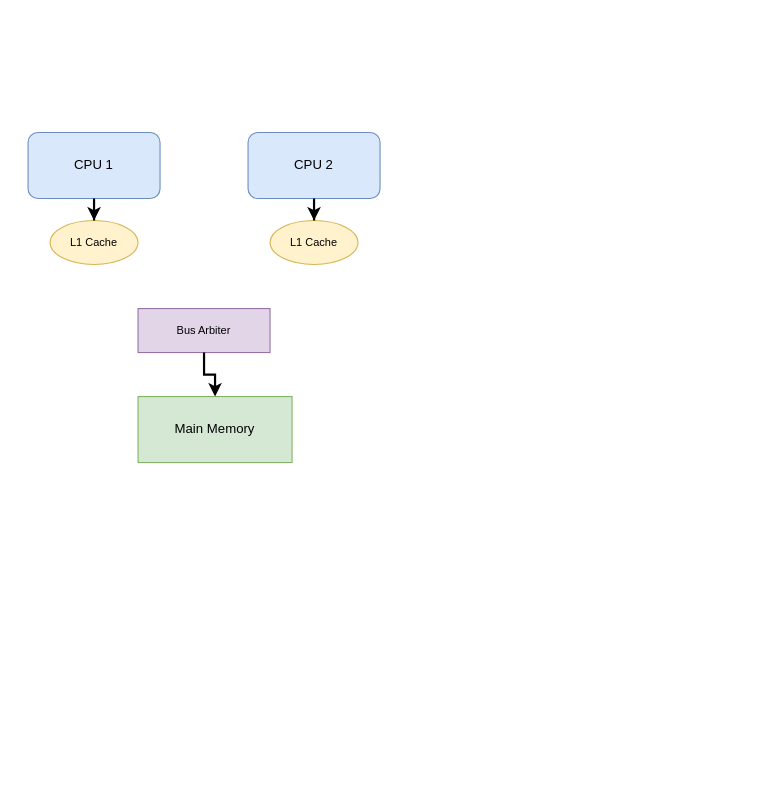
Above: page "Multiple Processor" (1 of 2) of RAFLYADRIAN.drawio in drianrafly31/tugas-6 (draw.io), before the change. Source tidied: cells renumbered, new cells numbered last; positions are measured from the earlier drawing's top-left corner, leaving out a move shared by most shapes. Both pictures are drawn from the tidied source at 110%, with x=0, y=0 at pixel (28, 132).
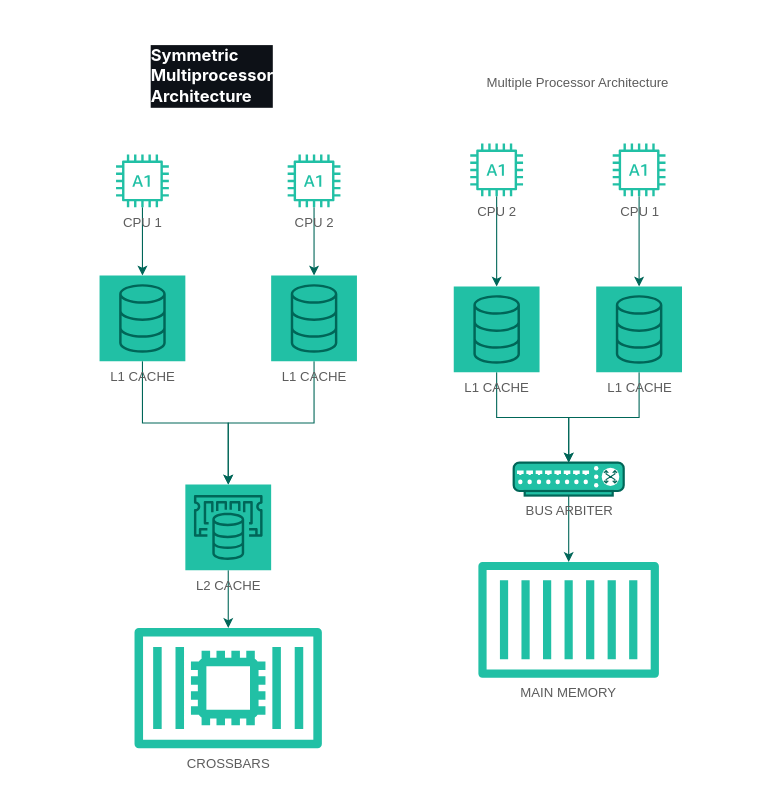
The same diagram, later.

What changed in the source:
```diff
@@
-    <mxCell id="2" value="CPU 1" style="rounded=1;whiteSpace=wrap;html=1;fillColor=#dae8fc;strokeColor=#6c8ebf;fontSize=12;" parent="1" vertex="1">
-      <mxGeometry width="120" height="60" as="geometry" />
-    </mxCell>
-    <mxCell id="3" value="L1 Cache" style="ellipse;whiteSpace=wrap;html=1;fillColor=#fff2cc;strokeColor=#d6b656;fontSize=10;" parent="1" vertex="1">
-      <mxGeometry x="20" y="80" width="80" height="40" as="geometry" />
-    </mxCell>
-    <mxCell id="4" value="CPU 2" style="rounded=1;whiteSpace=wrap;html=1;fillColor=#dae8fc;strokeColor=#6c8ebf;fontSize=12;" parent="1" vertex="1">
-      <mxGeometry x="200" width="120" height="60" as="geometry" />
-    </mxCell>
-    <mxCell id="5" value="L1 Cache" style="ellipse;whiteSpace=wrap;html=1;fillColor=#fff2cc;strokeColor=#d6b656;fontSize=10;" parent="1" vertex="1">
-      <mxGeometry x="220" y="80" width="80" height="40" as="geometry" />
-    </mxCell>
-    <mxCell id="6" value="Bus Arbiter" style="rectangle;whiteSpace=wrap;html=1;fillColor=#e1d5e7;strokeColor=#9673a6;fontSize=10;" parent="1" vertex="1">
-      <mxGeometry x="100" y="160" width="120" height="40" as="geometry" />
-    </mxCell>
-    <mxCell id="7" value="Main Memory" style="rectangle;whiteSpace=wrap;html=1;fillColor=#d5e8d4;strokeColor=#82b366;fontSize=12;" parent="1" vertex="1">
-      <mxGeometry x="100" y="240" width="140" height="60" as="geometry" />
-    </mxCell>
-    <mxCell id="8" style="edgeStyle=orthogonalEdgeStyle;rounded=0;jettySize=auto;html=1;strokeWidth=2;" parent="1" edge="1" source="2" target="3">
-      <mxGeometry relative="1" as="geometry" />
-    </mxCell>
-    <mxCell id="9" style="edgeStyle=orthogonalEdgeStyle;rounded=0;jettySize=auto;html=1;strokeWidth=2;" parent="1" edge="1" source="4" target="5">
-      <mxGeometry relative="1" as="geometry" />
-    </mxCell>
-    <mxCell id="10" style="edgeStyle=orthogonalEdgeStyle;rounded=0;jettySize=auto;html=1;strokeWidth=2;" parent="1" edge="1" source="3" target="6" />
+    <mxCell id="10" style="edgeStyle=orthogonalEdgeStyle;rounded=0;orthogonalLoop=1;jettySize=auto;html=1;strokeWidth=2;labelBackgroundColor=none;fontColor=default;strokeColor=#006658;" parent="1" edge="1" />
-    <mxCell id="11" style="edgeStyle=orthogonalEdgeStyle;rounded=0;jettySize=auto;html=1;strokeWidth=2;" parent="1" edge="1" source="5" target="6" />
+    <mxCell id="11" style="edgeStyle=orthogonalEdgeStyle;rounded=0;orthogonalLoop=1;jettySize=auto;html=1;strokeWidth=2;labelBackgroundColor=none;fontColor=default;strokeColor=#006658;" parent="1" edge="1" />
-    <mxCell id="12" style="edgeStyle=orthogonalEdgeStyle;rounded=0;jettySize=auto;html=1;strokeWidth=2;" parent="1" edge="1" source="6" target="7">
-      <mxGeometry relative="1" as="geometry" />
-    </mxCell>
+    <mxCell id="13" style="edgeStyle=orthogonalEdgeStyle;rounded=0;jettySize=auto;html=1;strokeColor=#006658;fontColor=default;labelBackgroundColor=none;" parent="1" edge="1" source="14" target="25">
+      <mxGeometry relative="1" as="geometry" />
+    </mxCell>
+    <mxCell id="14" value="BUS ARBITER" style="verticalAlign=top;verticalLabelPosition=bottom;labelPosition=center;align=center;html=1;outlineConnect=0;gradientDirection=north;strokeWidth=2;shape=mxgraph.networks.switch;labelBackgroundColor=none;fillColor=#21C0A5;strokeColor=#006658;fontColor=#5C5C5C;" parent="1" vertex="1">
+      <mxGeometry x="441.5" y="300" width="100" height="30" as="geometry" />
+    </mxCell>
+    <mxCell id="15" value="Multiple Processor Architecture" style="text;strokeColor=none;align=center;fillColor=none;html=1;verticalAlign=middle;whiteSpace=wrap;rounded=0;fontColor=#5C5C5C;labelBackgroundColor=none;" parent="1" vertex="1">
+      <mxGeometry x="350" y="-60" width="300" height="30" as="geometry" />
+    </mxCell>
+    <mxCell id="16" value="&lt;h3 style=&quot;box-sizing: border-box; margin-top: 24px; margin-bottom: 16px; font-size: 1.25em; line-height: 1.25; font-family: -apple-system, BlinkMacSystemFont, &amp;quot;Segoe UI&amp;quot;, &amp;quot;Noto Sans&amp;quot;, Helvetica, Arial, sans-serif, &amp;quot;Apple Color Emoji&amp;quot;, &amp;quot;Segoe UI Emoji&amp;quot;; text-wrap-mode: wrap; background-color: rgb(13, 17, 23);&quot; dir=&quot;auto&quot; class=&quot;heading-element&quot; tabindex=&quot;-1&quot;&gt;&lt;span style=&quot;box-sizing: border-box;&quot;&gt;Symmetric Multiprocessor Architecture&lt;/span&gt;&lt;/h3&gt;" style="text;html=1;align=left;verticalAlign=middle;strokeColor=none;fillColor=none;fontColor=#ffffff;labelBackgroundColor=none;" parent="1" vertex="1">
+      <mxGeometry x="110" y="-90" width="300" height="70" as="geometry" />
+    </mxCell>
+    <mxCell id="17" style="edgeStyle=orthogonalEdgeStyle;rounded=0;jettySize=auto;html=1;strokeColor=#006658;fontColor=default;labelBackgroundColor=none;" parent="1" edge="1" source="18" target="22">
+      <mxGeometry relative="1" as="geometry" />
+    </mxCell>
+    <mxCell id="18" value="CPU 2" style="sketch=0;outlineConnect=0;fontColor=#5C5C5C;fillColor=#21C0A5;strokeColor=none;dashed=0;verticalLabelPosition=bottom;verticalAlign=top;align=center;html=1;fontSize=12;fontStyle=0;shape=mxgraph.aws4.a1_instance;labelBackgroundColor=none;" parent="1" vertex="1">
+      <mxGeometry x="402" y="10" width="48" height="48" as="geometry" />
+    </mxCell>
+    <mxCell id="19" style="edgeStyle=orthogonalEdgeStyle;rounded=0;jettySize=auto;html=1;strokeColor=#006658;fontColor=default;labelBackgroundColor=none;" parent="1" edge="1" source="20" target="24">
+      <mxGeometry relative="1" as="geometry" />
+    </mxCell>
+    <mxCell id="20" value="CPU 1" style="sketch=0;outlineConnect=0;fontColor=#5C5C5C;fillColor=#21C0A5;strokeColor=none;dashed=0;verticalLabelPosition=bottom;verticalAlign=top;align=center;html=1;fontSize=12;fontStyle=0;shape=mxgraph.aws4.a1_instance;labelBackgroundColor=none;" parent="1" vertex="1">
+      <mxGeometry x="531.5" y="10" width="48" height="48" as="geometry" />
+    </mxCell>
+    <mxCell id="21" style="edgeStyle=orthogonalEdgeStyle;rounded=0;jettySize=auto;html=1;strokeColor=#006658;fontColor=default;labelBackgroundColor=none;" parent="1" edge="1" source="22" target="14">
+      <mxGeometry relative="1" as="geometry" />
+    </mxCell>
+    <mxCell id="22" value="L1 CACHE" style="sketch=0;points=[[0,0,0],[0.25,0,0],[0.5,0,0],[0.75,0,0],[1,0,0],[0,1,0],[0.25,1,0],[0.5,1,0],[0.75,1,0],[1,1,0],[0,0.25,0],[0,0.5,0],[0,0.75,0],[1,0.25,0],[1,0.5,0],[1,0.75,0]];outlineConnect=0;fontColor=#5C5C5C;fillColor=#21C0A5;strokeColor=#006658;dashed=0;verticalLabelPosition=bottom;verticalAlign=top;align=center;html=1;fontSize=12;fontStyle=0;shape=mxgraph.aws4.resourceIcon;resIcon=mxgraph.aws4.database;labelBackgroundColor=none;" parent="1" vertex="1">
+      <mxGeometry x="387" y="140" width="78" height="78" as="geometry" />
+    </mxCell>
+    <mxCell id="23" style="edgeStyle=orthogonalEdgeStyle;rounded=0;jettySize=auto;html=1;strokeColor=#006658;fontColor=default;labelBackgroundColor=none;" parent="1" edge="1" source="24" target="14">
+      <mxGeometry relative="1" as="geometry" />
+    </mxCell>
+    <mxCell id="24" value="L1 CACHE" style="sketch=0;points=[[0,0,0],[0.25,0,0],[0.5,0,0],[0.75,0,0],[1,0,0],[0,1,0],[0.25,1,0],[0.5,1,0],[0.75,1,0],[1,1,0],[0,0.25,0],[0,0.5,0],[0,0.75,0],[1,0.25,0],[1,0.5,0],[1,0.75,0]];outlineConnect=0;fontColor=#5C5C5C;fillColor=#21C0A5;strokeColor=#006658;dashed=0;verticalLabelPosition=bottom;verticalAlign=top;align=center;html=1;fontSize=12;fontStyle=0;shape=mxgraph.aws4.resourceIcon;resIcon=mxgraph.aws4.database;labelBackgroundColor=none;" parent="1" vertex="1">
+      <mxGeometry x="516.5" y="140" width="78" height="78" as="geometry" />
+    </mxCell>
+    <mxCell id="25" value="MAIN MEMORY" style="sketch=0;outlineConnect=0;fontColor=#5C5C5C;fillColor=#21C0A5;strokeColor=none;dashed=0;verticalLabelPosition=bottom;verticalAlign=top;align=center;html=1;fontSize=12;fontStyle=0;shape=mxgraph.aws4.container_1;labelBackgroundColor=none;" parent="1" vertex="1">
+      <mxGeometry x="409.4" y="390" width="164.1" height="106" as="geometry" />
+    </mxCell>
+    <mxCell id="26" style="edgeStyle=orthogonalEdgeStyle;rounded=0;jettySize=auto;html=1;strokeColor=#006658;fontColor=default;labelBackgroundColor=none;" parent="1" edge="1" source="27" target="31">
+      <mxGeometry relative="1" as="geometry" />
+    </mxCell>
+    <mxCell id="27" value="CPU 1" style="sketch=0;outlineConnect=0;fontColor=#5C5C5C;fillColor=#21C0A5;strokeColor=none;dashed=0;verticalLabelPosition=bottom;verticalAlign=top;align=center;html=1;fontSize=12;fontStyle=0;shape=mxgraph.aws4.a1_instance;labelBackgroundColor=none;" parent="1" vertex="1">
+      <mxGeometry x="80" y="20" width="48" height="48" as="geometry" />
+    </mxCell>
+    <mxCell id="28" style="edgeStyle=orthogonalEdgeStyle;rounded=0;jettySize=auto;html=1;strokeColor=#006658;fontColor=default;labelBackgroundColor=none;" parent="1" edge="1" source="29" target="33">
+      <mxGeometry relative="1" as="geometry" />
+    </mxCell>
+    <mxCell id="29" value="CPU 2" style="sketch=0;outlineConnect=0;fontColor=#5C5C5C;fillColor=#21C0A5;strokeColor=none;dashed=0;verticalLabelPosition=bottom;verticalAlign=top;align=center;html=1;fontSize=12;fontStyle=0;shape=mxgraph.aws4.a1_instance;labelBackgroundColor=none;" parent="1" vertex="1">
+      <mxGeometry x="236" y="20" width="48" height="48" as="geometry" />
+    </mxCell>
+    <mxCell id="30" style="edgeStyle=orthogonalEdgeStyle;rounded=0;jettySize=auto;html=1;strokeColor=#006658;fontColor=default;labelBackgroundColor=none;" parent="1" edge="1" source="31" target="35">
+      <mxGeometry relative="1" as="geometry" />
+    </mxCell>
+    <mxCell id="31" value="L1 CACHE" style="sketch=0;points=[[0,0,0],[0.25,0,0],[0.5,0,0],[0.75,0,0],[1,0,0],[0,1,0],[0.25,1,0],[0.5,1,0],[0.75,1,0],[1,1,0],[0,0.25,0],[0,0.5,0],[0,0.75,0],[1,0.25,0],[1,0.5,0],[1,0.75,0]];outlineConnect=0;fontColor=#5C5C5C;fillColor=#21C0A5;strokeColor=#006658;dashed=0;verticalLabelPosition=bottom;verticalAlign=top;align=center;html=1;fontSize=12;fontStyle=0;shape=mxgraph.aws4.resourceIcon;resIcon=mxgraph.aws4.database;labelBackgroundColor=none;" parent="1" vertex="1">
+      <mxGeometry x="65" y="130" width="78" height="78" as="geometry" />
+    </mxCell>
+    <mxCell id="32" style="edgeStyle=orthogonalEdgeStyle;rounded=0;jettySize=auto;html=1;strokeColor=#006658;fontColor=default;labelBackgroundColor=none;" parent="1" edge="1" source="33" target="35">
+      <mxGeometry relative="1" as="geometry" />
+    </mxCell>
+    <mxCell id="33" value="L1 CACHE" style="sketch=0;points=[[0,0,0],[0.25,0,0],[0.5,0,0],[0.75,0,0],[1,0,0],[0,1,0],[0.25,1,0],[0.5,1,0],[0.75,1,0],[1,1,0],[0,0.25,0],[0,0.5,0],[0,0.75,0],[1,0.25,0],[1,0.5,0],[1,0.75,0]];outlineConnect=0;fontColor=#5C5C5C;fillColor=#21C0A5;strokeColor=#006658;dashed=0;verticalLabelPosition=bottom;verticalAlign=top;align=center;html=1;fontSize=12;fontStyle=0;shape=mxgraph.aws4.resourceIcon;resIcon=mxgraph.aws4.database;labelBackgroundColor=none;" parent="1" vertex="1">
+      <mxGeometry x="221" y="130" width="78" height="78" as="geometry" />
+    </mxCell>
+    <mxCell id="34" style="edgeStyle=orthogonalEdgeStyle;rounded=0;jettySize=auto;html=1;strokeColor=#006658;fontColor=default;labelBackgroundColor=none;" parent="1" edge="1" source="35" target="36">
+      <mxGeometry relative="1" as="geometry" />
+    </mxCell>
+    <mxCell id="35" value="L2 CACHE" style="sketch=0;points=[[0,0,0],[0.25,0,0],[0.5,0,0],[0.75,0,0],[1,0,0],[0,1,0],[0.25,1,0],[0.5,1,0],[0.75,1,0],[1,1,0],[0,0.25,0],[0,0.5,0],[0,0.75,0],[1,0.25,0],[1,0.5,0],[1,0.75,0]];outlineConnect=0;fontColor=#5C5C5C;fillColor=#21C0A5;strokeColor=#006658;dashed=0;verticalLabelPosition=bottom;verticalAlign=top;align=center;html=1;fontSize=12;fontStyle=0;shape=mxgraph.aws4.resourceIcon;resIcon=mxgraph.aws4.elasticache;labelBackgroundColor=none;" parent="1" vertex="1">
+      <mxGeometry x="143" y="320" width="78" height="78" as="geometry" />
+    </mxCell>
+    <mxCell id="36" value="CROSSBARS" style="sketch=0;outlineConnect=0;fontColor=#5C5C5C;fillColor=#21C0A5;strokeColor=none;dashed=0;verticalLabelPosition=bottom;verticalAlign=top;align=center;html=1;fontSize=12;fontStyle=0;shape=mxgraph.aws4.container_2;labelBackgroundColor=none;" parent="1" vertex="1">
+      <mxGeometry x="96.8" y="450" width="170.3" height="110" as="geometry" />
+    </mxCell>
```
